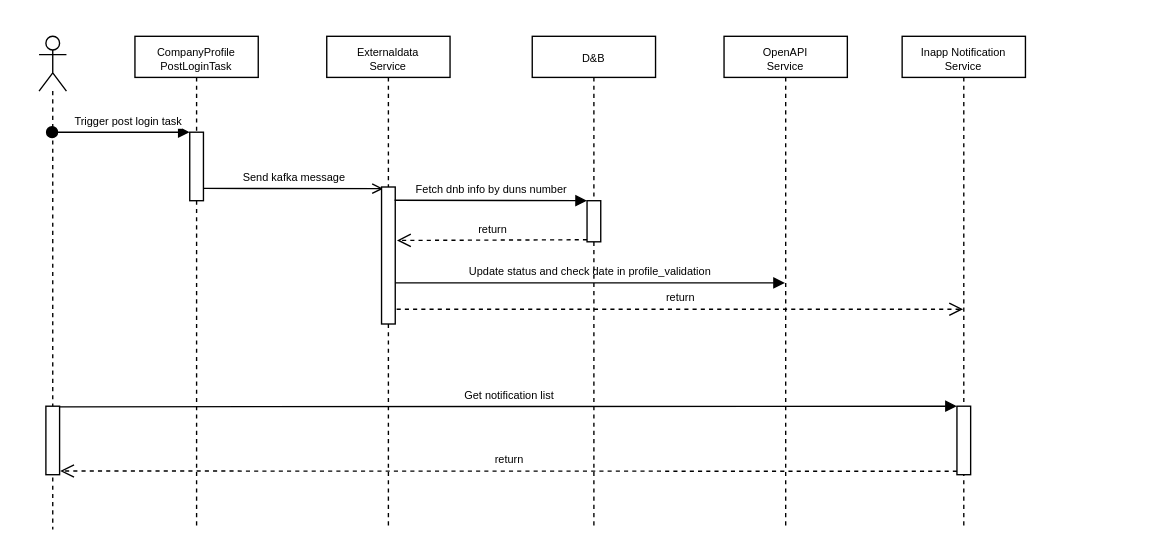
huangshijie/Drawio keeps this draw.io diagram as DNBChangeDetectionFlowDiagram.drawio. Above is the earlier version. Source tidied: cells renumbered, new cells numbered last; positions are measured from the earlier drawing's top-left corner, leaving out a move shared by most shapes. Both pictures are drawn from the tidied source at 137%, with x=0, y=0 at pixel (38, 36).
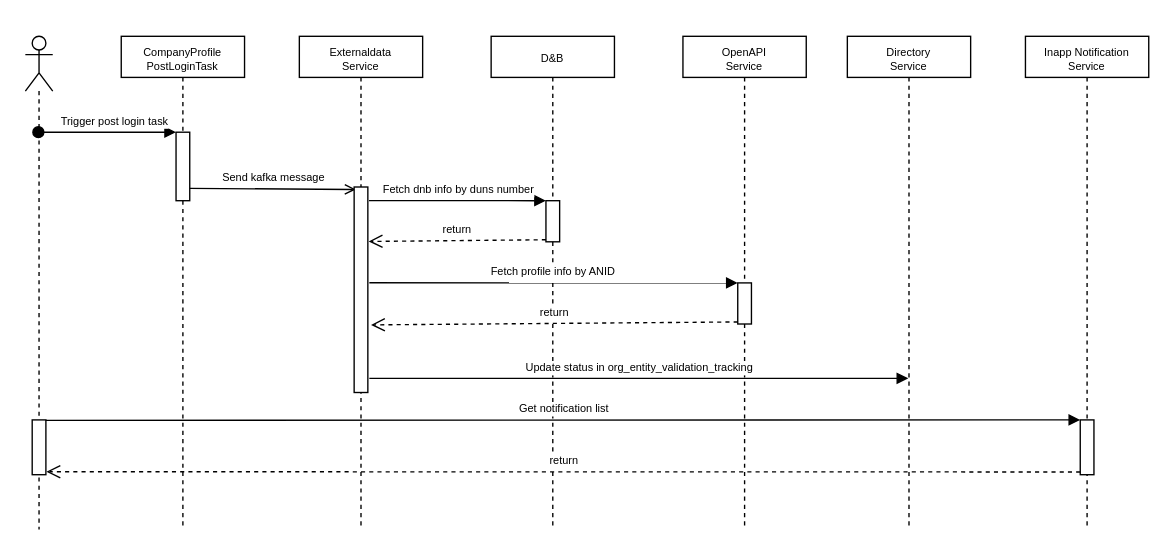
Above is the later version.

Unchanged cells that the change refers to:
```xml
<mxCell id="6" style="html=1;points=[];perimeter=orthogonalPerimeter;fontSize=8;" parent="5" vertex="1">
  <mxGeometry x="40" y="70" width="10" height="50" as="geometry" />
</mxCell>
<mxCell id="15" style="html=1;points=[];perimeter=orthogonalPerimeter;fontSize=8;" parent="14" vertex="1">
  <mxGeometry x="40" y="120" width="10" height="30" as="geometry" />
</mxCell>
```

The edit, as a diff of the source:
```diff
@@
-    <mxCell id="2" style="group;" parent="1" vertex="1">
-      <mxGeometry width="720" height="360" as="geometry" />
-    </mxCell>
+    <mxCell id="22" style="group;" parent="1" vertex="1">
+      <mxGeometry x="-10" width="820" height="360" as="geometry" />
+    </mxCell>
+    <mxCell id="23" value="&lt;div style=&quot;&quot;&gt;&lt;span style=&quot;font-size: 8px; background-color: initial;&quot;&gt;OpenAPI&lt;/span&gt;&lt;/div&gt;&lt;font style=&quot;font-size: 8px;&quot;&gt;&lt;div style=&quot;&quot;&gt;&lt;span style=&quot;background-color: initial;&quot;&gt;Service&lt;/span&gt;&lt;/div&gt;&lt;/font&gt;" style="shape=umlLifeline;perimeter=lifelinePerimeter;whiteSpace=wrap;html=1;size=30;align=center;" parent="22" vertex="1">
+      <mxGeometry x="480" width="90" height="360" as="geometry" />
+    </mxCell>
+    <mxCell id="24" style="html=1;points=[];perimeter=orthogonalPerimeter;fontSize=8;" parent="23" vertex="1">
+      <mxGeometry x="40" y="180" width="10" height="30" as="geometry" />
+    </mxCell>
-    <mxCell id="3" style="shape=umlLifeline;participant=umlActor;perimeter=lifelinePerimeter;whiteSpace=wrap;html=1;verticalAlign=top;spacingTop=36;outlineConnect=0;" parent="2" vertex="1">
+    <mxCell id="3" style="shape=umlLifeline;participant=umlActor;perimeter=lifelinePerimeter;whiteSpace=wrap;html=1;verticalAlign=top;spacingTop=36;outlineConnect=0;" parent="22" vertex="1">
       <mxGeometry width="20" height="360" as="geometry" />
     </mxCell>
     <mxCell id="4" style="html=1;points=[];perimeter=orthogonalPerimeter;fontSize=8;" parent="3" vertex="1">
-      <mxGeometry x="5" y="270" width="10" height="50" as="geometry" />
+      <mxGeometry x="5" y="280" width="10" height="40" as="geometry" />
     </mxCell>
-    <mxCell id="5" value="&lt;p&gt;&lt;/p&gt;&lt;div style=&quot;&quot;&gt;&lt;span style=&quot;font-size: 8px; background-color: initial;&quot;&gt;CompanyProfile&lt;/span&gt;&lt;/div&gt;&lt;font style=&quot;font-size: 8px;&quot;&gt;&lt;div style=&quot;&quot;&gt;&lt;span style=&quot;background-color: initial;&quot;&gt;PostLoginTask&lt;/span&gt;&lt;/div&gt;&lt;/font&gt;&lt;p&gt;&lt;/p&gt;" style="shape=umlLifeline;perimeter=lifelinePerimeter;whiteSpace=wrap;html=1;size=30;" parent="2" vertex="1">
+    <mxCell id="5" value="&lt;p&gt;&lt;/p&gt;&lt;div style=&quot;&quot;&gt;&lt;span style=&quot;font-size: 8px; background-color: initial;&quot;&gt;CompanyProfile&lt;/span&gt;&lt;/div&gt;&lt;font style=&quot;font-size: 8px;&quot;&gt;&lt;div style=&quot;&quot;&gt;&lt;span style=&quot;background-color: initial;&quot;&gt;PostLoginTask&lt;/span&gt;&lt;/div&gt;&lt;/font&gt;&lt;p&gt;&lt;/p&gt;" style="shape=umlLifeline;perimeter=lifelinePerimeter;whiteSpace=wrap;html=1;size=30;" parent="22" vertex="1">
       <mxGeometry x="70" width="90" height="360" as="geometry" />
     </mxCell>
@@
-    <mxCell id="8" value="&lt;div style=&quot;&quot;&gt;&lt;span style=&quot;font-size: 8px; background-color: initial;&quot;&gt;OpenAPI&lt;/span&gt;&lt;/div&gt;&lt;font style=&quot;font-size: 8px;&quot;&gt;&lt;div style=&quot;&quot;&gt;&lt;span style=&quot;background-color: initial;&quot;&gt;Service&lt;/span&gt;&lt;/div&gt;&lt;/font&gt;" style="shape=umlLifeline;perimeter=lifelinePerimeter;whiteSpace=wrap;html=1;outlineConnect=0;size=30;align=center;" parent="2" vertex="1">
-      <mxGeometry x="500" width="90" height="360" as="geometry" />
+    <mxCell id="8" value="&lt;div style=&quot;&quot;&gt;&lt;span style=&quot;font-size: 8px; background-color: initial;&quot;&gt;Directory&lt;/span&gt;&lt;/div&gt;&lt;font style=&quot;font-size: 8px;&quot;&gt;&lt;div style=&quot;&quot;&gt;&lt;span style=&quot;background-color: initial;&quot;&gt;Service&lt;/span&gt;&lt;/div&gt;&lt;/font&gt;" style="shape=umlLifeline;perimeter=lifelinePerimeter;whiteSpace=wrap;html=1;outlineConnect=0;size=30;align=center;" parent="22" vertex="1">
+      <mxGeometry x="600" width="90" height="360" as="geometry" />
     </mxCell>
-    <mxCell id="9" value="&lt;div style=&quot;&quot;&gt;&lt;span style=&quot;font-size: 8px; background-color: initial;&quot;&gt;Externaldata&lt;/span&gt;&lt;/div&gt;&lt;font style=&quot;font-size: 8px;&quot;&gt;&lt;div style=&quot;&quot;&gt;&lt;span style=&quot;background-color: initial;&quot;&gt;Service&lt;/span&gt;&lt;/div&gt;&lt;/font&gt;" style="shape=umlLifeline;perimeter=lifelinePerimeter;whiteSpace=wrap;html=1;size=30;align=center;" parent="2" vertex="1">
-      <mxGeometry x="210" width="90" height="360" as="geometry" />
+    <mxCell id="9" value="&lt;div style=&quot;&quot;&gt;&lt;span style=&quot;font-size: 8px; background-color: initial;&quot;&gt;Externaldata&lt;/span&gt;&lt;/div&gt;&lt;font style=&quot;font-size: 8px;&quot;&gt;&lt;div style=&quot;&quot;&gt;&lt;span style=&quot;background-color: initial;&quot;&gt;Service&lt;/span&gt;&lt;/div&gt;&lt;/font&gt;" style="shape=umlLifeline;perimeter=lifelinePerimeter;whiteSpace=wrap;html=1;size=30;align=center;" parent="22" vertex="1">
+      <mxGeometry x="200" width="90" height="360" as="geometry" />
     </mxCell>
     <mxCell id="10" style="html=1;points=[];perimeter=orthogonalPerimeter;fontSize=8;" parent="9" vertex="1">
-      <mxGeometry x="40" y="110" width="10" height="100" as="geometry" />
+      <mxGeometry x="40" y="110" width="10" height="150" as="geometry" />
     </mxCell>
-    <mxCell id="11" value="Update status and check date in profile_validation" style="html=1;verticalAlign=bottom;endArrow=block;rounded=0;fontSize=8;" parent="9" edge="1" target="8">
-      <mxGeometry relative="1" as="geometry">
-        <mxPoint x="50" y="180" as="sourcePoint" />
-      </mxGeometry>
-    </mxCell>
-    <mxCell id="12" value="&lt;div style=&quot;&quot;&gt;&lt;span style=&quot;font-size: 8px; background-color: initial;&quot;&gt;Inapp Notification&lt;/span&gt;&lt;/div&gt;&lt;font style=&quot;font-size: 8px;&quot;&gt;&lt;div style=&quot;&quot;&gt;&lt;span style=&quot;background-color: initial;&quot;&gt;Service&lt;/span&gt;&lt;/div&gt;&lt;/font&gt;" style="shape=umlLifeline;perimeter=lifelinePerimeter;whiteSpace=wrap;html=1;outlineConnect=0;size=30;align=center;" parent="2" vertex="1">
-      <mxGeometry x="630" width="90" height="360" as="geometry" />
+    <mxCell id="12" value="&lt;div style=&quot;&quot;&gt;&lt;span style=&quot;font-size: 8px; background-color: initial;&quot;&gt;Inapp Notification&lt;/span&gt;&lt;/div&gt;&lt;font style=&quot;font-size: 8px;&quot;&gt;&lt;div style=&quot;&quot;&gt;&lt;span style=&quot;background-color: initial;&quot;&gt;Service&lt;/span&gt;&lt;/div&gt;&lt;/font&gt;" style="shape=umlLifeline;perimeter=lifelinePerimeter;whiteSpace=wrap;html=1;outlineConnect=0;size=30;align=center;" parent="22" vertex="1">
+      <mxGeometry x="730" width="90" height="360" as="geometry" />
     </mxCell>
     <mxCell id="13" style="html=1;points=[];perimeter=orthogonalPerimeter;fontSize=8;" parent="12" vertex="1">
-      <mxGeometry x="40" y="270" width="10" height="50" as="geometry" />
+      <mxGeometry x="40" y="280" width="10" height="40" as="geometry" />
     </mxCell>
-    <mxCell id="14" value="&lt;span style=&quot;font-size: 8px;&quot;&gt;D&amp;amp;B&lt;/span&gt;" style="shape=umlLifeline;perimeter=lifelinePerimeter;whiteSpace=wrap;html=1;size=30;" parent="2" vertex="1">
-      <mxGeometry x="360" width="90" height="360" as="geometry" />
+    <mxCell id="14" value="&lt;span style=&quot;font-size: 8px;&quot;&gt;D&amp;amp;B&lt;/span&gt;" style="shape=umlLifeline;perimeter=lifelinePerimeter;whiteSpace=wrap;html=1;size=30;" parent="22" vertex="1">
+      <mxGeometry x="340" width="90" height="360" as="geometry" />
     </mxCell>
@@
-    <mxCell id="16" value="Trigger post login task" style="html=1;verticalAlign=bottom;startArrow=oval;endArrow=block;startSize=8;rounded=0;fontSize=8;" parent="2" edge="1" source="3" target="6">
+    <mxCell id="16" value="Trigger post login task" style="html=1;verticalAlign=bottom;startArrow=oval;endArrow=block;startSize=8;rounded=0;fontSize=8;" parent="22" edge="1" source="3" target="6">
       <mxGeometry x="0.09" relative="1" as="geometry">
         <Array as="points">
           <mxPoint x="70" y="70" />
         </Array>
       </mxGeometry>
     </mxCell>
-    <mxCell id="17" value="Fetch dnb info by duns number" style="html=1;verticalAlign=bottom;endArrow=block;entryX=0;entryY=0;rounded=0;fontSize=8;exitX=0.956;exitY=0.097;exitDx=0;exitDy=0;exitPerimeter=0;" parent="2" edge="1" source="10" target="15">
+    <mxCell id="17" value="Fetch dnb info by duns number" style="html=1;verticalAlign=bottom;endArrow=block;entryX=0;entryY=0;rounded=0;fontSize=8;exitX=1.085;exitY=0.066;exitDx=0;exitDy=0;exitPerimeter=0;" parent="22" edge="1" source="10" target="15">
       <mxGeometry relative="1" as="geometry" />
     </mxCell>
-    <mxCell id="18" value="return" style="html=1;verticalAlign=bottom;endArrow=open;dashed=1;endSize=8;exitX=0;exitY=0.95;rounded=0;fontSize=8;entryX=1.127;entryY=0.39;entryDx=0;entryDy=0;entryPerimeter=0;" parent="2" edge="1" source="15" target="10">
+    <mxCell id="18" value="return" style="html=1;verticalAlign=bottom;endArrow=open;dashed=1;endSize=8;exitX=0;exitY=0.95;rounded=0;fontSize=8;entryX=1.061;entryY=0.265;entryDx=0;entryDy=0;entryPerimeter=0;" parent="22" edge="1" source="15" target="10">
       <mxGeometry relative="1" as="geometry" />
     </mxCell>
-    <mxCell id="19" value="return" style="html=1;verticalAlign=bottom;endArrow=open;dashed=1;endSize=8;rounded=0;fontSize=8;exitX=1.102;exitY=0.892;exitDx=0;exitDy=0;exitPerimeter=0;" parent="2" edge="1" source="10" target="12">
-      <mxGeometry relative="1" as="geometry" />
-    </mxCell>
-    <mxCell id="20" value="return" style="html=1;verticalAlign=bottom;endArrow=open;dashed=1;endSize=8;exitX=0;exitY=0.95;rounded=0;fontSize=8;entryX=1.041;entryY=0.946;entryDx=0;entryDy=0;entryPerimeter=0;" parent="2" edge="1" source="13" target="4">
+    <mxCell id="20" value="return" style="html=1;verticalAlign=bottom;endArrow=open;dashed=1;endSize=8;exitX=0;exitY=0.95;rounded=0;fontSize=8;entryX=1.041;entryY=0.946;entryDx=0;entryDy=0;entryPerimeter=0;" parent="22" edge="1" source="13" target="4">
       <mxGeometry relative="1" as="geometry" />
     </mxCell>
-    <mxCell id="21" value="Get notification list" style="html=1;verticalAlign=bottom;endArrow=block;entryX=0;entryY=0;rounded=0;fontSize=8;exitX=0.993;exitY=0.009;exitDx=0;exitDy=0;exitPerimeter=0;" parent="2" edge="1" source="4" target="13">
+    <mxCell id="21" value="Get notification list" style="html=1;verticalAlign=bottom;endArrow=block;entryX=0;entryY=0;rounded=0;fontSize=8;exitX=0.993;exitY=0.009;exitDx=0;exitDy=0;exitPerimeter=0;" parent="22" edge="1" source="4" target="13">
       <mxGeometry relative="1" as="geometry" />
     </mxCell>
+    <mxCell id="25" value="&lt;span style=&quot;&quot;&gt;Fetch profile info by ANID&lt;/span&gt;" style="html=1;verticalAlign=bottom;endArrow=block;entryX=0;entryY=0;rounded=0;fontSize=8;exitX=1.11;exitY=0.466;exitDx=0;exitDy=0;exitPerimeter=0;" parent="22" edge="1" source="10" target="24">
+      <mxGeometry relative="1" as="geometry" />
+    </mxCell>
+    <mxCell id="19" value="return" style="html=1;verticalAlign=bottom;endArrow=open;dashed=1;endSize=8;exitX=0;exitY=0.95;rounded=0;fontSize=8;entryX=1.232;entryY=0.671;entryDx=0;entryDy=0;entryPerimeter=0;" parent="22" edge="1" source="24" target="10">
+      <mxGeometry relative="1" as="geometry" />
+    </mxCell>
+    <mxCell id="26" value="Update status in org_entity_validation_tracking" style="html=1;verticalAlign=bottom;endArrow=block;rounded=0;fontSize=8;exitX=1.11;exitY=0.931;exitDx=0;exitDy=0;exitPerimeter=0;" parent="22" edge="1" source="10" target="8">
+      <mxGeometry relative="1" as="geometry" />
+    </mxCell>
```
